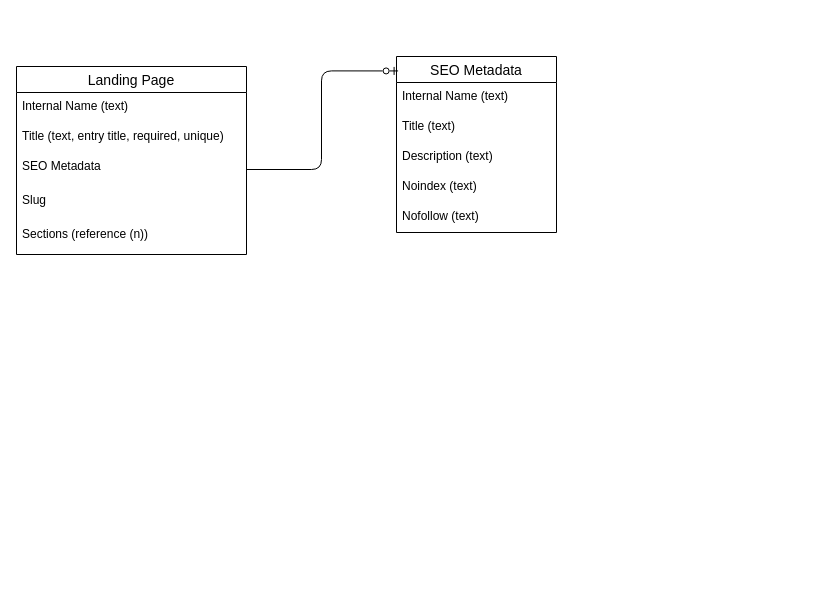
Before: contentful_model.dio in alexrusin/contentful-site-dev, a draw.io diagram. Source tidied: cells renumbered, new cells numbered last; positions are measured from the earlier drawing's top-left corner, leaving out a move shared by most shapes. Both pictures are drawn from the tidied source at 100%, with x=0, y=0 at pixel (16, 56).
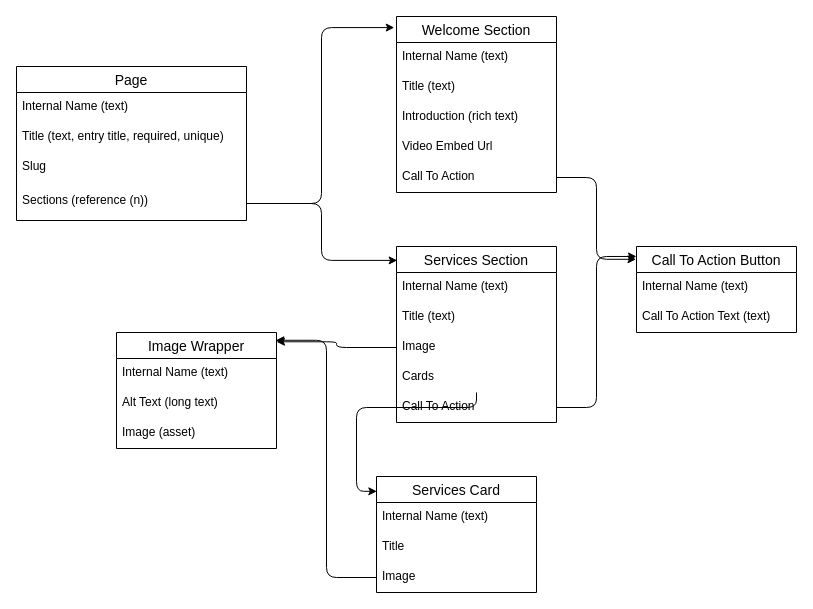
The same diagram, later.

Diff of the diagram source:
```diff
@@
-    <mxCell id="2" value="Landing Page" style="swimlane;fontStyle=0;horizontal=1;startSize=26;align=center;fontSize=14;" parent="1" vertex="1">
-      <mxGeometry y="10" width="230" height="188" as="geometry" />
+    <mxCell id="2" value="Page" style="swimlane;fontStyle=0;horizontal=1;startSize=26;align=center;fontSize=14;" parent="1" vertex="1">
+      <mxGeometry y="10" width="230" height="154" as="geometry" />
     </mxCell>
@@
-    <mxCell id="5" value="SEO Metadata" style="text;strokeColor=none;fillColor=none;spacingLeft=4;spacingRight=4;overflow=hidden;points=[[0,0.5],[1,0.5]];portConstraint=eastwest;fontSize=12;" parent="2" vertex="1">
-      <mxGeometry y="86" width="230" height="34" as="geometry" />
-    </mxCell>
     <mxCell id="6" value="Slug" style="text;strokeColor=none;fillColor=none;spacingLeft=4;spacingRight=4;overflow=hidden;fontSize=12;" parent="2" vertex="1">
-      <mxGeometry y="120" width="230" height="34" as="geometry" />
+      <mxGeometry y="86" width="230" height="34" as="geometry" />
     </mxCell>
     <mxCell id="7" value="Sections (reference (n))" style="text;strokeColor=none;fillColor=none;spacingLeft=4;spacingRight=4;overflow=hidden;points=[[0,0.5],[1,0.5]];portConstraint=eastwest;fontSize=12;" parent="2" vertex="1">
-      <mxGeometry y="154" width="230" height="34" as="geometry" />
+      <mxGeometry y="120" width="230" height="34" as="geometry" />
     </mxCell>
-    <mxCell id="8" value="SEO Metadata" style="swimlane;fontStyle=0;horizontal=1;startSize=26;align=center;fontSize=14;" parent="1" vertex="1">
-      <mxGeometry x="380" width="160" height="176" as="geometry" />
+    <mxCell id="8" value="Welcome Section" style="swimlane;fontStyle=0;horizontal=1;startSize=26;align=center;fontSize=14;" parent="1" vertex="1">
+      <mxGeometry x="380" y="-40" width="160" height="176" as="geometry" />
     </mxCell>
@@
-    <mxCell id="11" value="Description (text)" style="text;strokeColor=none;fillColor=none;spacingLeft=4;spacingRight=4;overflow=hidden;fontSize=12;" parent="8" vertex="1">
+    <mxCell id="11" value="Introduction (rich text)" style="text;strokeColor=none;fillColor=none;spacingLeft=4;spacingRight=4;overflow=hidden;fontSize=12;" parent="8" vertex="1">
       <mxGeometry y="86" width="160" height="30" as="geometry" />
     </mxCell>
-    <mxCell id="12" value="Noindex (text)" style="text;strokeColor=none;fillColor=none;spacingLeft=4;spacingRight=4;overflow=hidden;fontSize=12;" parent="8" vertex="1">
+    <mxCell id="12" value="Video Embed Url" style="text;strokeColor=none;fillColor=none;spacingLeft=4;spacingRight=4;overflow=hidden;fontSize=12;" parent="8" vertex="1">
       <mxGeometry y="116" width="160" height="30" as="geometry" />
     </mxCell>
-    <mxCell id="13" value="Nofollow (text)" style="text;strokeColor=none;fillColor=none;spacingLeft=4;spacingRight=4;overflow=hidden;fontSize=12;" parent="8" vertex="1">
-      <mxGeometry y="146" width="160" height="30" as="geometry" />
-    </mxCell>
-    <mxCell id="14" style="edgeStyle=orthogonalEdgeStyle;html=1;entryX=0.01;entryY=0.082;entryDx=0;entryDy=0;entryPerimeter=0;exitX=1;exitY=0.5;exitDx=0;exitDy=0;endArrow=ERzeroToOne;endFill=0;" parent="1" edge="1" source="5" target="8">
-      <mxGeometry relative="1" as="geometry" />
-    </mxCell>
+    <mxCell id="15" value="Call To Action" style="text;strokeColor=none;fillColor=none;spacingLeft=4;spacingRight=4;overflow=hidden;points=[[0,0.5],[1,0.5]];portConstraint=eastwest;fontSize=12;" parent="8" vertex="1">
+      <mxGeometry y="146" width="160" height="30" as="geometry" />
+    </mxCell>
+    <mxCell id="16" value="Call To Action Button" style="swimlane;fontStyle=0;horizontal=1;startSize=26;align=center;fontSize=14;" parent="1" vertex="1">
+      <mxGeometry x="620" y="190" width="160" height="86" as="geometry" />
+    </mxCell>
+    <mxCell id="17" value="Internal Name (text)" style="text;strokeColor=none;fillColor=none;spacingLeft=4;spacingRight=4;overflow=hidden;fontSize=12;" parent="16" vertex="1">
+      <mxGeometry y="26" width="160" height="30" as="geometry" />
+    </mxCell>
+    <mxCell id="18" value="Call To Action Text (text)" style="text;strokeColor=none;fillColor=none;spacingLeft=4;spacingRight=4;overflow=hidden;fontSize=12;" parent="16" vertex="1">
+      <mxGeometry y="56" width="160" height="30" as="geometry" />
+    </mxCell>
+    <mxCell id="19" style="edgeStyle=orthogonalEdgeStyle;html=1;entryX=-0.003;entryY=0.149;entryDx=0;entryDy=0;endArrow=classic;endFill=1;entryPerimeter=0;" parent="1" edge="1" source="15" target="16">
+      <mxGeometry relative="1" as="geometry" />
+    </mxCell>
+    <mxCell id="20" style="edgeStyle=orthogonalEdgeStyle;html=1;entryX=-0.014;entryY=0.063;entryDx=0;entryDy=0;entryPerimeter=0;endArrow=classic;endFill=1;" parent="1" edge="1" source="7" target="8">
+      <mxGeometry relative="1" as="geometry" />
+    </mxCell>
+    <mxCell id="21" value="Services Section" style="swimlane;fontStyle=0;horizontal=1;startSize=26;align=center;fontSize=14;" parent="1" vertex="1">
+      <mxGeometry x="380" y="190" width="160" height="176" as="geometry" />
+    </mxCell>
+    <mxCell id="22" value="Internal Name (text)" style="text;strokeColor=none;fillColor=none;spacingLeft=4;spacingRight=4;overflow=hidden;fontSize=12;" parent="21" vertex="1">
+      <mxGeometry y="26" width="160" height="30" as="geometry" />
+    </mxCell>
+    <mxCell id="23" value="Title (text)" style="text;strokeColor=none;fillColor=none;spacingLeft=4;spacingRight=4;overflow=hidden;fontSize=12;" parent="21" vertex="1">
+      <mxGeometry y="56" width="160" height="30" as="geometry" />
+    </mxCell>
+    <mxCell id="24" value="Image" style="text;strokeColor=none;fillColor=none;spacingLeft=4;spacingRight=4;overflow=hidden;points=[[0,0.5],[1,0.5]];portConstraint=eastwest;fontSize=12;" parent="21" vertex="1">
+      <mxGeometry y="86" width="160" height="30" as="geometry" />
+    </mxCell>
+    <mxCell id="25" value="Cards" style="text;strokeColor=none;fillColor=none;spacingLeft=4;spacingRight=4;overflow=hidden;points=[[0,0.5],[1,0.5]];portConstraint=eastwest;fontSize=12;" parent="21" vertex="1">
+      <mxGeometry y="116" width="160" height="30" as="geometry" />
+    </mxCell>
+    <mxCell id="26" value="Call To Action" style="text;strokeColor=none;fillColor=none;spacingLeft=4;spacingRight=4;overflow=hidden;points=[[0,0.5],[1,0.5]];portConstraint=eastwest;fontSize=12;" parent="21" vertex="1">
+      <mxGeometry y="146" width="160" height="30" as="geometry" />
+    </mxCell>
+    <mxCell id="27" style="edgeStyle=orthogonalEdgeStyle;html=1;entryX=0.004;entryY=0.079;entryDx=0;entryDy=0;entryPerimeter=0;endArrow=classic;endFill=1;" parent="1" edge="1" source="7" target="21">
+      <mxGeometry relative="1" as="geometry" />
+    </mxCell>
+    <mxCell id="28" value="Image Wrapper" style="swimlane;fontStyle=0;horizontal=1;startSize=26;align=center;fontSize=14;" parent="1" vertex="1">
+      <mxGeometry x="100" y="276" width="160" height="116" as="geometry" />
+    </mxCell>
+    <mxCell id="29" value="Internal Name (text)" style="text;strokeColor=none;fillColor=none;spacingLeft=4;spacingRight=4;overflow=hidden;fontSize=12;" parent="28" vertex="1">
+      <mxGeometry y="26" width="160" height="30" as="geometry" />
+    </mxCell>
+    <mxCell id="30" value="Alt Text (long text)" style="text;strokeColor=none;fillColor=none;spacingLeft=4;spacingRight=4;overflow=hidden;fontSize=12;" parent="28" vertex="1">
+      <mxGeometry y="56" width="160" height="30" as="geometry" />
+    </mxCell>
+    <mxCell id="31" value="Image (asset)" style="text;strokeColor=none;fillColor=none;spacingLeft=4;spacingRight=4;overflow=hidden;fontSize=12;" parent="28" vertex="1">
+      <mxGeometry y="86" width="160" height="30" as="geometry" />
+    </mxCell>
+    <mxCell id="32" style="edgeStyle=orthogonalEdgeStyle;html=1;entryX=1;entryY=0.08;entryDx=0;entryDy=0;entryPerimeter=0;endArrow=classic;endFill=1;" parent="1" edge="1" source="24" target="28">
+      <mxGeometry relative="1" as="geometry" />
+    </mxCell>
+    <mxCell id="33" style="edgeStyle=orthogonalEdgeStyle;html=1;entryX=0;entryY=0.116;entryDx=0;entryDy=0;entryPerimeter=0;endArrow=classic;endFill=1;" parent="1" edge="1" source="26" target="16">
+      <mxGeometry relative="1" as="geometry" />
+    </mxCell>
+    <mxCell id="34" value="Services Card" style="swimlane;fontStyle=0;horizontal=1;startSize=26;align=center;fontSize=14;" parent="1" vertex="1">
+      <mxGeometry x="360" y="420" width="160" height="116" as="geometry" />
+    </mxCell>
+    <mxCell id="35" value="Internal Name (text)" style="text;strokeColor=none;fillColor=none;spacingLeft=4;spacingRight=4;overflow=hidden;fontSize=12;" parent="34" vertex="1">
+      <mxGeometry y="26" width="160" height="30" as="geometry" />
+    </mxCell>
+    <mxCell id="36" value="Title" style="text;strokeColor=none;fillColor=none;spacingLeft=4;spacingRight=4;overflow=hidden;fontSize=12;" parent="34" vertex="1">
+      <mxGeometry y="56" width="160" height="30" as="geometry" />
+    </mxCell>
+    <mxCell id="37" value="Image" style="text;strokeColor=none;fillColor=none;spacingLeft=4;spacingRight=4;overflow=hidden;points=[[0,0.5],[1,0.5]];portConstraint=eastwest;fontSize=12;" parent="34" vertex="1">
+      <mxGeometry y="86" width="160" height="30" as="geometry" />
+    </mxCell>
+    <mxCell id="38" style="edgeStyle=orthogonalEdgeStyle;html=1;entryX=0.996;entryY=0.067;entryDx=0;entryDy=0;entryPerimeter=0;endArrow=classic;endFill=1;" parent="1" edge="1" source="37" target="28">
+      <mxGeometry relative="1" as="geometry" />
+    </mxCell>
+    <mxCell id="39" style="edgeStyle=orthogonalEdgeStyle;html=1;entryX=0.002;entryY=0.128;entryDx=0;entryDy=0;entryPerimeter=0;endArrow=classic;endFill=1;" parent="1" edge="1" source="25" target="34">
+      <mxGeometry relative="1" as="geometry">
+        <Array as="points">
+          <mxPoint x="340" y="351" />
+          <mxPoint x="340" y="435" />
+        </Array>
+      </mxGeometry>
+    </mxCell>
```
